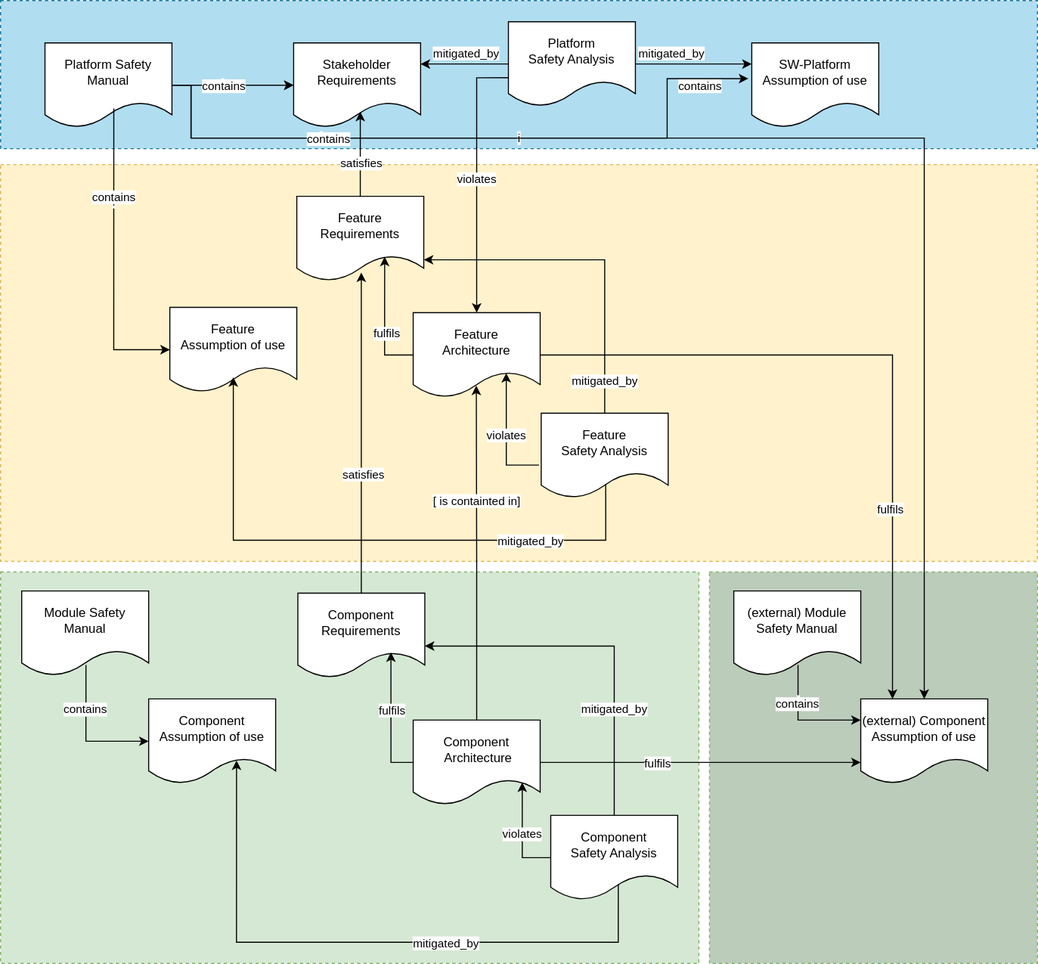
Earlier version of the draw.io export main/_images/aou_traceability.drawio.svg (eclipse-score/process_description). Source tidied: cells renumbered, new cells last; positions are measured from the earlier drawing's top-left corner, leaving out a move shared by most shapes.
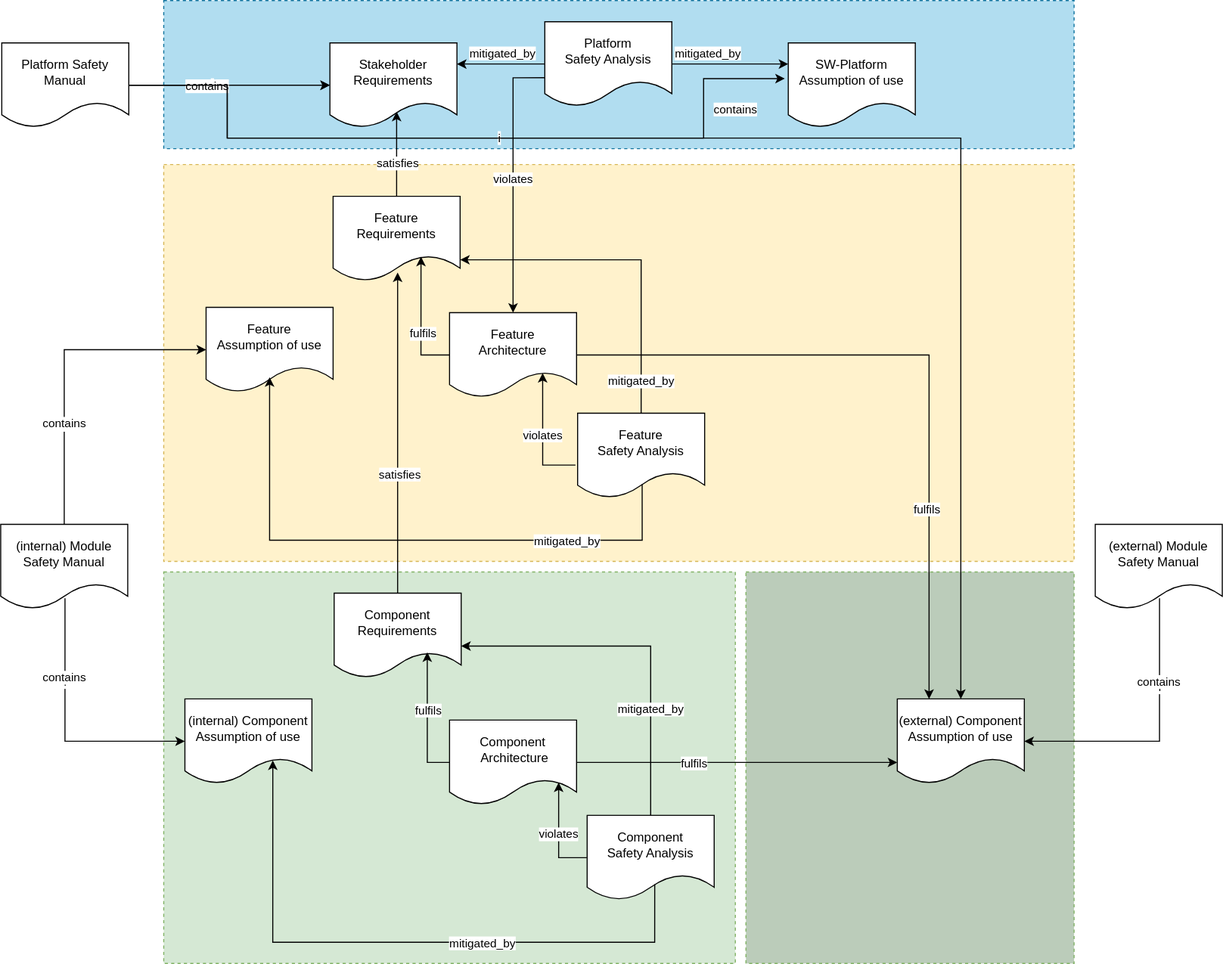
The same diagram one commit later.

Change to the diagram source:
```diff
@@ -3,18 +3,18 @@
     <mxCell id="0" />
     <mxCell id="1" parent="0" />
     <mxCell id="2" style="rounded=0;whiteSpace=wrap;html=1;dashed=1;fillColor=#b1ddf0;strokeColor=#10739e;" parent="1" vertex="1">
-      <mxGeometry width="980" height="140" as="geometry" />
+      <mxGeometry x="120" width="860" height="140" as="geometry" />
     </mxCell>
     <mxCell id="3" style="rounded=0;whiteSpace=wrap;html=1;dashed=1;fillColor=#fff2cc;strokeColor=#d6b656;" parent="1" vertex="1">
-      <mxGeometry y="155" width="980" height="375" as="geometry" />
+      <mxGeometry x="120" y="155" width="860" height="375" as="geometry" />
     </mxCell>
     <mxCell id="4" style="rounded=0;whiteSpace=wrap;html=1;dashed=1;fillColor=#d5e8d4;strokeColor=#82b366;" parent="1" vertex="1">
-      <mxGeometry y="540" width="660" height="370" as="geometry" />
+      <mxGeometry x="120" y="540" width="540" height="370" as="geometry" />
     </mxCell>
     <mxCell id="5" value="i" style="edgeStyle=orthogonalEdgeStyle;rounded=0;jettySize=auto;html=1;endArrow=none;endFill=0;startArrow=classic;startFill=1;exitX=0;exitY=0.5;exitDx=0;exitDy=0;entryX=0.506;entryY=0.874;entryDx=0;entryDy=0;entryPerimeter=0;" parent="1" edge="1" source="7" target="22">
       <mxGeometry x="0.36" relative="1" as="geometry">
         <Array as="points">
-          <mxPoint x="81" y="700" />
+          <mxPoint x="27" y="700" />
         </Array>
       </mxGeometry>
     </mxCell>
@@ -23,7 +23,7 @@
         <mxPoint x="-1" y="5" as="offset" />
       </mxGeometry>
     </mxCell>
-    <mxCell id="7" value="Component Assumption of use" style="shape=document;whiteSpace=wrap;html=1;boundedLbl=1;" parent="1" vertex="1">
+    <mxCell id="7" value="(internal) Component Assumption of use" style="shape=document;whiteSpace=wrap;html=1;boundedLbl=1;" parent="1" vertex="1">
       <mxGeometry x="140" y="660" width="120" height="80" as="geometry" />
     </mxCell>
     <mxCell id="8" value="Stakeholder&lt;br&gt;Requirements" style="shape=document;whiteSpace=wrap;html=1;boundedLbl=1;" parent="1" vertex="1">
@@ -62,11 +62,6 @@
         <mxPoint x="1" y="-12" as="offset" />
       </mxGeometry>
     </mxCell>
-    <mxCell id="18" value="[ is containted in]" style="edgeStyle=orthogonalEdgeStyle;rounded=0;jettySize=auto;html=1;entryX=0.497;entryY=0.862;entryDx=0;entryDy=0;entryPerimeter=0;" parent="1" edge="1" source="19" target="27">
-      <mxGeometry x="0.29" relative="1" as="geometry">
-        <mxPoint y="-2" as="offset" />
-      </mxGeometry>
-    </mxCell>
     <mxCell id="19" value="Component&lt;br&gt;&amp;nbsp;Architecture" style="shape=document;whiteSpace=wrap;html=1;boundedLbl=1;" parent="1" vertex="1">
       <mxGeometry x="390" y="680" width="120" height="80" as="geometry" />
     </mxCell>
@@ -76,8 +71,8 @@
     <mxCell id="21" value="fulfils" style="edgeLabel;html=1;align=center;verticalAlign=middle;" parent="20" vertex="1">
       <mxGeometry x="-0.21" y="-1" relative="1" as="geometry" />
     </mxCell>
-    <mxCell id="22" value="Module Safety Manual" style="shape=document;whiteSpace=wrap;html=1;boundedLbl=1;" parent="1" vertex="1">
-      <mxGeometry x="20" y="558" width="120" height="80" as="geometry" />
+    <mxCell id="22" value="(internal) Module Safety Manual" style="shape=document;whiteSpace=wrap;html=1;boundedLbl=1;" parent="1" vertex="1">
+      <mxGeometry x="-34" y="495" width="120" height="80" as="geometry" />
     </mxCell>
     <mxCell id="23" value="violates" style="edgeStyle=orthogonalEdgeStyle;rounded=0;jettySize=auto;html=1;entryX=0.859;entryY=0.737;entryDx=0;entryDy=0;entryPerimeter=0;" parent="1" edge="1" source="24" target="19">
       <mxGeometry relative="1" as="geometry" />
@@ -127,18 +122,18 @@
       <mxGeometry relative="1" as="geometry" />
     </mxCell>
     <mxCell id="34" value="Platform Safety Manual" style="shape=document;whiteSpace=wrap;html=1;boundedLbl=1;" parent="1" vertex="1">
-      <mxGeometry x="42" y="40" width="120" height="80" as="geometry" />
+      <mxGeometry x="-33" y="40" width="120" height="80" as="geometry" />
     </mxCell>
-    <mxCell id="35" value="i" style="edgeStyle=orthogonalEdgeStyle;rounded=0;jettySize=auto;html=1;endArrow=none;endFill=0;startArrow=classic;startFill=1;exitX=0;exitY=0.5;exitDx=0;exitDy=0;entryX=0.542;entryY=0.775;entryDx=0;entryDy=0;entryPerimeter=0;" parent="1" edge="1" source="30" target="34">
+    <mxCell id="35" value="i" style="edgeStyle=orthogonalEdgeStyle;rounded=0;jettySize=auto;html=1;endArrow=none;endFill=0;startArrow=classic;startFill=1;exitX=0;exitY=0.5;exitDx=0;exitDy=0;entryX=0.5;entryY=0;entryDx=0;entryDy=0;" parent="1" edge="1" source="30" target="22">
       <mxGeometry x="0.37" relative="1" as="geometry">
         <Array as="points">
-          <mxPoint x="107" y="330" />
+          <mxPoint x="26" y="330" />
         </Array>
       </mxGeometry>
     </mxCell>
     <mxCell id="36" value="contains" style="edgeLabel;html=1;align=center;verticalAlign=middle;" parent="35" vertex="1">
       <mxGeometry x="0.44" relative="1" as="geometry">
-        <mxPoint x="-1" y="5" as="offset" />
+        <mxPoint x="-1" y="-13" as="offset" />
       </mxGeometry>
     </mxCell>
     <mxCell id="37" value="i" style="edgeStyle=orthogonalEdgeStyle;rounded=0;jettySize=auto;html=1;endArrow=none;endFill=0;startArrow=classic;startFill=1;exitX=0;exitY=0.5;exitDx=0;exitDy=0;entryX=1;entryY=0.5;entryDx=0;entryDy=0;" parent="1" edge="1" source="8" target="34">
@@ -146,7 +141,7 @@
     </mxCell>
     <mxCell id="38" value="contains" style="edgeLabel;html=1;align=center;verticalAlign=middle;" parent="37" vertex="1">
       <mxGeometry x="0.44" relative="1" as="geometry">
-        <mxPoint x="16" as="offset" />
+        <mxPoint x="20" as="offset" />
       </mxGeometry>
     </mxCell>
     <mxCell id="39" value="mitigated_by" style="edgeStyle=orthogonalEdgeStyle;rounded=0;jettySize=auto;html=1;entryX=0.5;entryY=0;entryDx=0;entryDy=0;exitX=1;exitY=0.75;exitDx=0;exitDy=0;startArrow=classic;startFill=1;endArrow=none;endFill=0;" parent="1" edge="1" source="11" target="29">
@@ -162,10 +157,10 @@
     <mxCell id="41" style="rounded=0;whiteSpace=wrap;html=1;dashed=1;fillColor=#bbccba;strokeColor=#82b366;" parent="1" vertex="1">
       <mxGeometry x="670" y="540" width="310" height="370" as="geometry" />
     </mxCell>
-    <mxCell id="42" value="i" style="edgeStyle=orthogonalEdgeStyle;rounded=0;jettySize=auto;html=1;endArrow=none;endFill=0;startArrow=classic;startFill=1;exitX=0;exitY=0.25;exitDx=0;exitDy=0;entryX=0.506;entryY=0.874;entryDx=0;entryDy=0;entryPerimeter=0;" parent="1" edge="1" source="44" target="45">
+    <mxCell id="42" value="i" style="edgeStyle=orthogonalEdgeStyle;rounded=0;jettySize=auto;html=1;endArrow=none;endFill=0;startArrow=classic;startFill=1;exitX=1;exitY=0.5;exitDx=0;exitDy=0;entryX=0.506;entryY=0.874;entryDx=0;entryDy=0;entryPerimeter=0;" parent="1" edge="1" source="44" target="45">
       <mxGeometry x="0.36" relative="1" as="geometry">
         <Array as="points">
-          <mxPoint x="754" y="680" />
+          <mxPoint x="1061" y="700" />
         </Array>
       </mxGeometry>
     </mxCell>
@@ -178,7 +173,7 @@
       <mxGeometry x="813" y="660" width="120" height="80" as="geometry" />
     </mxCell>
     <mxCell id="45" value="(external) Module Safety Manual" style="shape=document;whiteSpace=wrap;html=1;boundedLbl=1;" parent="1" vertex="1">
-      <mxGeometry x="693" y="558" width="120" height="80" as="geometry" />
+      <mxGeometry x="1000" y="495" width="120" height="80" as="geometry" />
     </mxCell>
     <mxCell id="46" style="edgeStyle=orthogonalEdgeStyle;rounded=0;jettySize=auto;html=1;entryX=0;entryY=0.75;entryDx=0;entryDy=0;exitX=1;exitY=0.5;exitDx=0;exitDy=0;" parent="1" edge="1" source="19" target="44">
       <mxGeometry relative="1" as="geometry">
@@ -210,16 +205,11 @@
         </Array>
       </mxGeometry>
     </mxCell>
-    <mxCell id="51" value="contains" style="edgeLabel;html=1;align=center;verticalAlign=middle;" parent="50" vertex="1">
-      <mxGeometry x="0.44" relative="1" as="geometry">
-        <mxPoint x="188" y="-50" as="offset" />
-      </mxGeometry>
-    </mxCell>
     <mxCell id="52" value="SW-Platform&lt;br&gt;Assumption of use" style="shape=document;whiteSpace=wrap;html=1;boundedLbl=1;" parent="1" vertex="1">
       <mxGeometry x="710" y="40" width="120" height="80" as="geometry" />
     </mxCell>
-    <mxCell id="53" value="i" style="edgeStyle=orthogonalEdgeStyle;rounded=0;jettySize=auto;html=1;endArrow=none;endFill=0;startArrow=classic;startFill=1;exitX=-0.027;exitY=0.422;exitDx=0;exitDy=0;entryX=1;entryY=0.5;entryDx=0;entryDy=0;exitPerimeter=0;" parent="1" edge="1" source="52" target="34">
-      <mxGeometry x="0.41" relative="1" as="geometry">
+    <mxCell id="53" value="contains" style="edgeStyle=orthogonalEdgeStyle;rounded=0;jettySize=auto;html=1;endArrow=none;endFill=0;startArrow=classic;startFill=1;exitX=-0.027;exitY=0.422;exitDx=0;exitDy=0;entryX=1;entryY=0.5;entryDx=0;entryDy=0;exitPerimeter=0;" parent="1" edge="1" source="52" target="34">
+      <mxGeometry x="-0.71" y="30" relative="1" as="geometry">
         <Array as="points">
           <mxPoint x="630" y="74" />
           <mxPoint x="630" y="130" />
@@ -228,11 +218,6 @@
         </Array>
       </mxGeometry>
     </mxCell>
-    <mxCell id="54" value="contains" style="edgeLabel;html=1;align=center;verticalAlign=middle;" parent="53" vertex="1">
-      <mxGeometry x="0.44" relative="1" as="geometry">
-        <mxPoint x="16" as="offset" />
-      </mxGeometry>
-    </mxCell>
     <mxCell id="55" value="Platform&lt;br&gt;Safety Analysis" style="shape=document;whiteSpace=wrap;html=1;boundedLbl=1;" parent="1" vertex="1">
       <mxGeometry x="480" y="20" width="120" height="80" as="geometry" />
     </mxCell>
```
